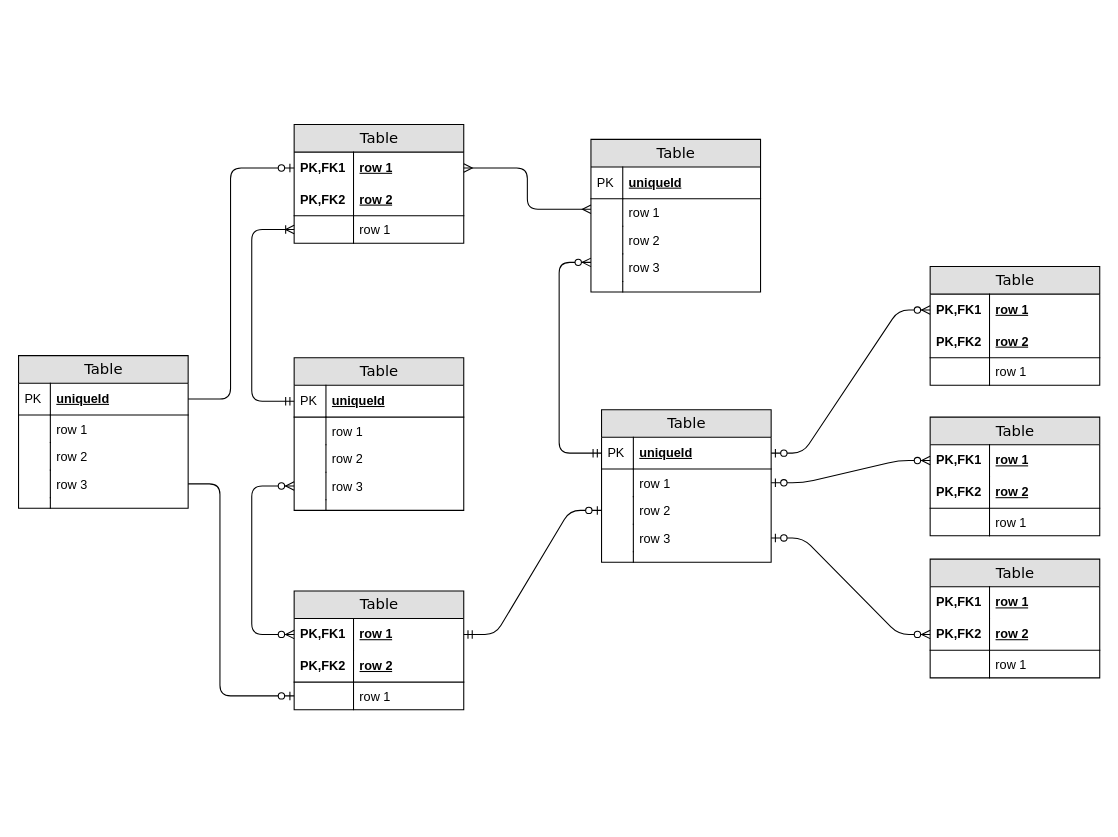
Earlier version of the draw.io diagram Untitled Diagram.drawio (mushyshah/Project-X). Source tidied: cells renumbered, new cells numbered last; positions are measured from the earlier drawing's top-left corner, leaving out a move shared by most shapes. Both pictures are drawn from the tidied source at 106%, with x=0, y=0 at pixel (18, 124).
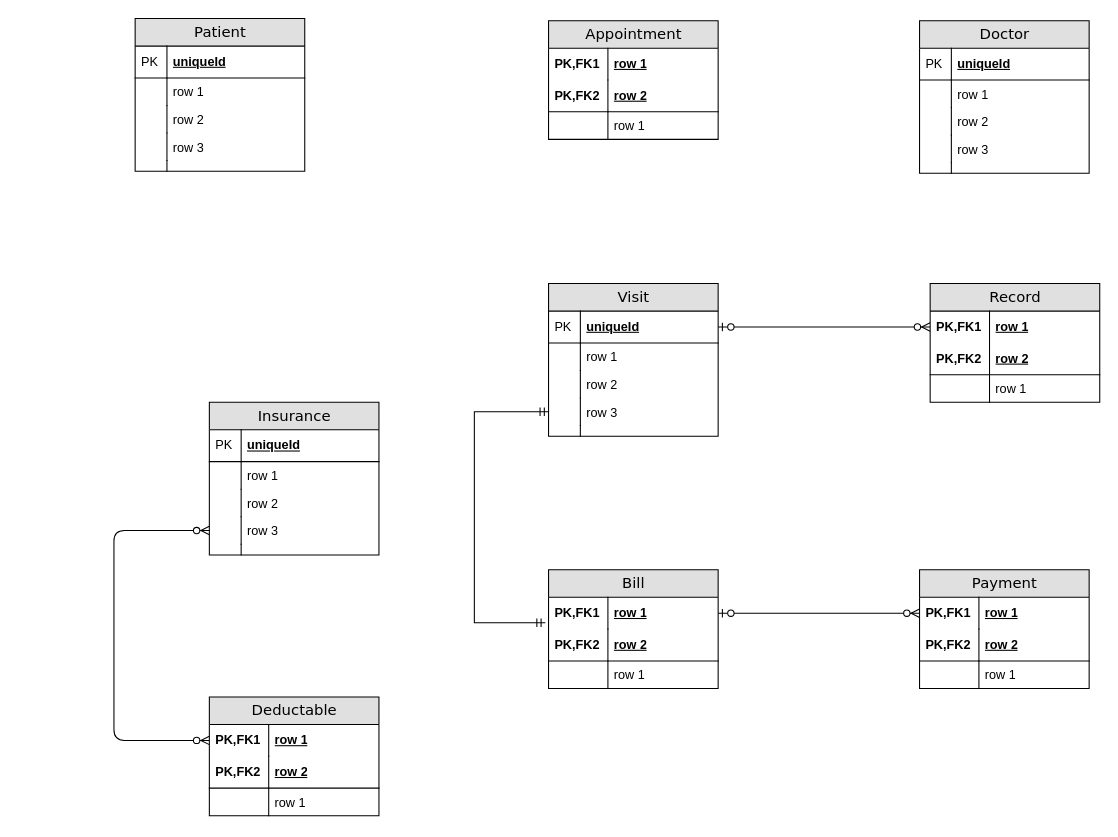
Above is the later version.

Unchanged cells that the change refers to:
```xml
<mxCell id="3" value="row 1" style="shape=partialRectangle;top=0;left=0;right=0;bottom=0;html=1;align=left;verticalAlign=middle;fillColor=none;spacingLeft=60;spacingRight=4;whiteSpace=wrap;overflow=hidden;points=[[0,0.5],[1,0.5]];portConstraint=eastwest;fontStyle=5;" parent="2" vertex="1">
  <mxGeometry y="26" width="160" height="30" as="geometry" />
</mxCell>
<mxCell id="7" value="row 1" style="shape=partialRectangle;top=0;left=0;right=0;bottom=0;html=1;align=left;verticalAlign=top;fillColor=none;spacingLeft=60;spacingRight=4;whiteSpace=wrap;overflow=hidden;points=[[0,0.5],[1,0.5]];portConstraint=eastwest;" parent="2" vertex="1">
  <mxGeometry y="86" width="160" height="26" as="geometry" />
</mxCell>
<mxCell id="12" value="row 1" style="shape=partialRectangle;top=0;left=0;right=0;bottom=0;html=1;align=left;verticalAlign=top;fillColor=none;spacingLeft=34;spacingRight=4;whiteSpace=wrap;overflow=hidden;points=[[0,0.5],[1,0.5]];portConstraint=eastwest;" parent="9" vertex="1">
  <mxGeometry y="56" width="160" height="26" as="geometry" />
</mxCell>
<mxCell id="16" value="row 3" style="shape=partialRectangle;top=0;left=0;right=0;bottom=0;html=1;align=left;verticalAlign=top;fillColor=none;spacingLeft=34;spacingRight=4;whiteSpace=wrap;overflow=hidden;points=[[0,0.5],[1,0.5]];portConstraint=eastwest;" parent="9" vertex="1">
  <mxGeometry y="108" width="160" height="26" as="geometry" />
</mxCell>
<mxCell id="21" value="uniqueId" style="shape=partialRectangle;top=0;left=0;right=0;bottom=1;html=1;align=left;verticalAlign=middle;fillColor=none;spacingLeft=34;spacingRight=4;whiteSpace=wrap;overflow=hidden;points=[[0,0.5],[1,0.5]];portConstraint=eastwest;fontStyle=5;" parent="20" vertex="1">
  <mxGeometry y="26" width="160" height="30" as="geometry" />
</mxCell>
<mxCell id="27" value="row 3" style="shape=partialRectangle;top=0;left=0;right=0;bottom=0;html=1;align=left;verticalAlign=top;fillColor=none;spacingLeft=34;spacingRight=4;whiteSpace=wrap;overflow=hidden;points=[[0,0.5],[1,0.5]];portConstraint=eastwest;" parent="20" vertex="1">
  <mxGeometry y="108" width="160" height="26" as="geometry" />
</mxCell>
<mxCell id="32" value="uniqueId" style="shape=partialRectangle;top=0;left=0;right=0;bottom=1;html=1;align=left;verticalAlign=middle;fillColor=none;spacingLeft=34;spacingRight=4;whiteSpace=wrap;overflow=hidden;points=[[0,0.5],[1,0.5]];portConstraint=eastwest;fontStyle=5;" parent="31" vertex="1">
  <mxGeometry y="26" width="160" height="30" as="geometry" />
</mxCell>
<mxCell id="34" value="row 1" style="shape=partialRectangle;top=0;left=0;right=0;bottom=0;html=1;align=left;verticalAlign=top;fillColor=none;spacingLeft=34;spacingRight=4;whiteSpace=wrap;overflow=hidden;points=[[0,0.5],[1,0.5]];portConstraint=eastwest;" parent="31" vertex="1">
  <mxGeometry y="56" width="160" height="26" as="geometry" />
</mxCell>
<mxCell id="36" value="row 2" style="shape=partialRectangle;top=0;left=0;right=0;bottom=0;html=1;align=left;verticalAlign=top;fillColor=none;spacingLeft=34;spacingRight=4;whiteSpace=wrap;overflow=hidden;points=[[0,0.5],[1,0.5]];portConstraint=eastwest;" parent="31" vertex="1">
  <mxGeometry y="82" width="160" height="26" as="geometry" />
</mxCell>
<mxCell id="38" value="row 3" style="shape=partialRectangle;top=0;left=0;right=0;bottom=0;html=1;align=left;verticalAlign=top;fillColor=none;spacingLeft=34;spacingRight=4;whiteSpace=wrap;overflow=hidden;points=[[0,0.5],[1,0.5]];portConstraint=eastwest;" parent="31" vertex="1">
  <mxGeometry y="108" width="160" height="26" as="geometry" />
</mxCell>
<mxCell id="50" value="row 1" style="shape=partialRectangle;top=0;left=0;right=0;bottom=0;html=1;align=left;verticalAlign=middle;fillColor=none;spacingLeft=60;spacingRight=4;whiteSpace=wrap;overflow=hidden;points=[[0,0.5],[1,0.5]];portConstraint=eastwest;fontStyle=5;" parent="49" vertex="1">
  <mxGeometry y="26" width="160" height="30" as="geometry" />
</mxCell>
<mxCell id="54" value="row 1" style="shape=partialRectangle;top=0;left=0;right=0;bottom=0;html=1;align=left;verticalAlign=top;fillColor=none;spacingLeft=60;spacingRight=4;whiteSpace=wrap;overflow=hidden;points=[[0,0.5],[1,0.5]];portConstraint=eastwest;" parent="49" vertex="1">
  <mxGeometry y="86" width="160" height="26" as="geometry" />
</mxCell>
<mxCell id="63" value="row 1" style="shape=partialRectangle;top=0;left=0;right=0;bottom=0;html=1;align=left;verticalAlign=middle;fillColor=none;spacingLeft=60;spacingRight=4;whiteSpace=wrap;overflow=hidden;points=[[0,0.5],[1,0.5]];portConstraint=eastwest;fontStyle=5;" parent="62" vertex="1">
  <mxGeometry y="26" width="160" height="30" as="geometry" />
</mxCell>
<mxCell id="70" value="row 1" style="shape=partialRectangle;top=0;left=0;right=0;bottom=0;html=1;align=left;verticalAlign=middle;fillColor=none;spacingLeft=60;spacingRight=4;whiteSpace=wrap;overflow=hidden;points=[[0,0.5],[1,0.5]];portConstraint=eastwest;fontStyle=5;" parent="69" vertex="1">
  <mxGeometry y="26" width="160" height="30" as="geometry" />
</mxCell>
<mxCell id="72" value="row 2" style="shape=partialRectangle;top=0;left=0;right=0;bottom=1;html=1;align=left;verticalAlign=middle;fillColor=none;spacingLeft=60;spacingRight=4;whiteSpace=wrap;overflow=hidden;points=[[0,0.5],[1,0.5]];portConstraint=eastwest;fontStyle=5;" parent="69" vertex="1">
  <mxGeometry y="56" width="160" height="30" as="geometry" />
</mxCell>
<mxCell id="79" value="uniqueId" style="shape=partialRectangle;top=0;left=0;right=0;bottom=1;html=1;align=left;verticalAlign=middle;fillColor=none;spacingLeft=34;spacingRight=4;whiteSpace=wrap;overflow=hidden;points=[[0,0.5],[1,0.5]];portConstraint=eastwest;fontStyle=5;" parent="78" vertex="1">
  <mxGeometry y="26" width="160" height="30" as="geometry" />
</mxCell>
<mxCell id="85" value="row 3" style="shape=partialRectangle;top=0;left=0;right=0;bottom=0;html=1;align=left;verticalAlign=top;fillColor=none;spacingLeft=34;spacingRight=4;whiteSpace=wrap;overflow=hidden;points=[[0,0.5],[1,0.5]];portConstraint=eastwest;" parent="78" vertex="1">
  <mxGeometry y="108" width="160" height="26" as="geometry" />
</mxCell>
```

What changed in the source:
```diff
@@
+    <mxCell id="91" style="edgeStyle=orthogonalEdgeStyle;fontSize=12;html=1;endArrow=ERmandOne;startArrow=ERmandOne;rounded=0;entryX=0;entryY=0.5;entryDx=0;entryDy=0;exitX=-0.019;exitY=0.8;exitDx=0;exitDy=0;exitPerimeter=0;" parent="1" edge="1" source="70" target="38">
+      <mxGeometry relative="1" as="geometry">
+        <Array as="points">
+          <mxPoint x="430" y="470" />
+          <mxPoint x="430" y="271" />
+        </Array>
+      </mxGeometry>
+    </mxCell>
-    <mxCell id="2" value="Table" style="swimlane;html=1;fontStyle=0;horizontal=1;startSize=26;fillColor=#e0e0e0;swimlaneFillColor=#ffffff;align=center;rounded=0;shadow=0;comic=0;labelBackgroundColor=none;strokeWidth=1;fontFamily=Verdana;fontSize=14;" parent="1" vertex="1">
-      <mxGeometry x="260" width="160" height="112" as="geometry" />
+    <mxCell id="2" value="Appointment" style="swimlane;html=1;fontStyle=0;horizontal=1;startSize=26;fillColor=#e0e0e0;swimlaneFillColor=#ffffff;align=center;rounded=0;shadow=0;comic=0;labelBackgroundColor=none;strokeWidth=1;fontFamily=Verdana;fontSize=14;" parent="1" vertex="1">
+      <mxGeometry x="500" y="-98" width="160" height="112" as="geometry" />
     </mxCell>
@@
-    <mxCell id="9" value="Table" style="swimlane;html=1;fontStyle=0;horizontal=1;startSize=26;fillColor=#e0e0e0;swimlaneFillColor=#ffffff;align=center;rounded=0;shadow=0;comic=0;labelBackgroundColor=none;strokeWidth=1;fontFamily=Verdana;fontSize=14;swimlaneLine=1;" parent="1" vertex="1">
-      <mxGeometry x="540" y="14" width="160" height="144" as="geometry" />
+    <mxCell id="9" value="Doctor" style="swimlane;html=1;fontStyle=0;horizontal=1;startSize=26;fillColor=#e0e0e0;swimlaneFillColor=#ffffff;align=center;rounded=0;shadow=0;comic=0;labelBackgroundColor=none;strokeWidth=1;fontFamily=Verdana;fontSize=14;swimlaneLine=1;" parent="1" vertex="1">
+      <mxGeometry x="850" y="-98" width="160" height="144" as="geometry" />
     </mxCell>
@@
-    <mxCell id="20" value="Table" style="swimlane;html=1;fontStyle=0;horizontal=1;startSize=26;fillColor=#e0e0e0;swimlaneFillColor=#ffffff;align=center;rounded=0;shadow=0;comic=0;labelBackgroundColor=none;strokeWidth=1;fontFamily=Verdana;fontSize=14;" parent="1" vertex="1">
-      <mxGeometry x="260" y="220" width="160" height="144" as="geometry" />
+    <mxCell id="20" value="Insurance" style="swimlane;html=1;fontStyle=0;horizontal=1;startSize=26;fillColor=#e0e0e0;swimlaneFillColor=#ffffff;align=center;rounded=0;shadow=0;comic=0;labelBackgroundColor=none;strokeWidth=1;fontFamily=Verdana;fontSize=14;" parent="1" vertex="1">
+      <mxGeometry x="180" y="262" width="160" height="144" as="geometry" />
     </mxCell>
@@
-    <mxCell id="31" value="Table" style="swimlane;html=1;fontStyle=0;horizontal=1;startSize=26;fillColor=#e0e0e0;swimlaneFillColor=#ffffff;align=center;rounded=0;shadow=0;comic=0;labelBackgroundColor=none;strokeWidth=1;fontFamily=Verdana;fontSize=14;" parent="1" vertex="1">
-      <mxGeometry x="550" y="269" width="160" height="144" as="geometry" />
+    <mxCell id="31" value="Visit" style="swimlane;html=1;fontStyle=0;horizontal=1;startSize=26;fillColor=#e0e0e0;swimlaneFillColor=#ffffff;align=center;rounded=0;shadow=0;comic=0;labelBackgroundColor=none;strokeWidth=1;fontFamily=Verdana;fontSize=14;" parent="1" vertex="1">
+      <mxGeometry x="500" y="150" width="160" height="144" as="geometry" />
     </mxCell>
@@
-    <mxCell id="42" value="Table" style="swimlane;html=1;fontStyle=0;horizontal=1;startSize=26;fillColor=#e0e0e0;swimlaneFillColor=#ffffff;align=center;rounded=0;shadow=0;comic=0;labelBackgroundColor=none;strokeWidth=1;fontFamily=Verdana;fontSize=14;" parent="1" vertex="1">
-      <mxGeometry x="860" y="134" width="160" height="112" as="geometry" />
+    <mxCell id="42" value="Record" style="swimlane;html=1;fontStyle=0;horizontal=1;startSize=26;fillColor=#e0e0e0;swimlaneFillColor=#ffffff;align=center;rounded=0;shadow=0;comic=0;labelBackgroundColor=none;strokeWidth=1;fontFamily=Verdana;fontSize=14;" parent="1" vertex="1">
+      <mxGeometry x="860" y="150" width="160" height="112" as="geometry" />
     </mxCell>
@@
-    <mxCell id="49" value="Table" style="swimlane;html=1;fontStyle=0;horizontal=1;startSize=26;fillColor=#e0e0e0;swimlaneFillColor=#ffffff;align=center;rounded=0;shadow=0;comic=0;labelBackgroundColor=none;strokeWidth=1;fontFamily=Verdana;fontSize=14;" parent="1" vertex="1">
-      <mxGeometry x="260" y="440" width="160" height="112" as="geometry" />
+    <mxCell id="49" value="Deductable" style="swimlane;html=1;fontStyle=0;horizontal=1;startSize=26;fillColor=#e0e0e0;swimlaneFillColor=#ffffff;align=center;rounded=0;shadow=0;comic=0;labelBackgroundColor=none;strokeWidth=1;fontFamily=Verdana;fontSize=14;" parent="1" vertex="1">
+      <mxGeometry x="180" y="540" width="160" height="112" as="geometry" />
     </mxCell>
@@
-    <mxCell id="56" style="edgeStyle=orthogonalEdgeStyle;html=1;endArrow=ERoneToMany;startArrow=ERmandOne;labelBackgroundColor=none;fontFamily=Verdana;fontSize=14;entryX=0;entryY=0.5;exitX=0;exitY=0.5;" parent="1" edge="1" source="21" target="7">
-      <mxGeometry relative="1" as="geometry">
-        <Array as="points">
-          <mxPoint x="220" y="261" />
-          <mxPoint x="220" y="99" />
-        </Array>
-      </mxGeometry>
-    </mxCell>
     <mxCell id="57" style="edgeStyle=orthogonalEdgeStyle;html=1;endArrow=ERzeroToMany;endFill=1;startArrow=ERzeroToMany;labelBackgroundColor=none;fontFamily=Verdana;fontSize=14;entryX=0;entryY=0.5;exitX=0;exitY=0.5;" parent="1" edge="1" source="50" target="27">
       <mxGeometry relative="1" as="geometry">
         <Array as="points">
-          <mxPoint x="220" y="481" />
-          <mxPoint x="220" y="341" />
+          <mxPoint x="90" y="581" />
+          <mxPoint x="90" y="383" />
         </Array>
       </mxGeometry>
     </mxCell>
-    <mxCell id="58" style="edgeStyle=orthogonalEdgeStyle;html=1;endArrow=ERmany;startArrow=ERmany;labelBackgroundColor=none;fontFamily=Verdana;fontSize=14;entryX=1;entryY=0.5;exitX=0;exitY=0.383;exitPerimeter=0;" parent="1" edge="1" source="12" target="3">
-      <mxGeometry relative="1" as="geometry">
-        <Array as="points">
-          <mxPoint x="480" y="80" />
-          <mxPoint x="480" y="41" />
-        </Array>
-      </mxGeometry>
-    </mxCell>
-    <mxCell id="59" style="edgeStyle=orthogonalEdgeStyle;html=1;endArrow=ERzeroToMany;startArrow=ERmandOne;labelBackgroundColor=none;fontFamily=Verdana;fontSize=14;entryX=0;entryY=0.308;entryPerimeter=0;exitX=0;exitY=0.5;" parent="1" edge="1" source="32" target="16">
-      <mxGeometry relative="1" as="geometry">
-        <Array as="points">
-          <mxPoint x="510" y="310" />
-          <mxPoint x="510" y="130" />
-        </Array>
-      </mxGeometry>
-    </mxCell>
-    <mxCell id="60" style="edgeStyle=entityRelationEdgeStyle;html=1;endArrow=ERzeroToOne;startArrow=ERmandOne;labelBackgroundColor=none;fontFamily=Verdana;fontSize=14;exitX=1;exitY=0.5;entryX=0;entryY=0.5;" parent="1" edge="1" source="50" target="36">
-      <mxGeometry relative="1" as="geometry" />
-    </mxCell>
@@
-    <mxCell id="62" value="Table" style="swimlane;html=1;fontStyle=0;horizontal=1;startSize=26;fillColor=#e0e0e0;swimlaneFillColor=#ffffff;align=center;rounded=0;shadow=0;comic=0;labelBackgroundColor=none;strokeWidth=1;fontFamily=Verdana;fontSize=14;" parent="1" vertex="1">
-      <mxGeometry x="860" y="276" width="160" height="112" as="geometry" />
+    <mxCell id="62" value="Payment" style="swimlane;html=1;fontStyle=0;horizontal=1;startSize=26;fillColor=#e0e0e0;swimlaneFillColor=#ffffff;align=center;rounded=0;shadow=0;comic=0;labelBackgroundColor=none;strokeWidth=1;fontFamily=Verdana;fontSize=14;" parent="1" vertex="1">
+      <mxGeometry x="850" y="420" width="160" height="112" as="geometry" />
     </mxCell>
@@
-    <mxCell id="69" value="Table" style="swimlane;html=1;fontStyle=0;horizontal=1;startSize=26;fillColor=#e0e0e0;swimlaneFillColor=#ffffff;align=center;rounded=0;shadow=0;comic=0;labelBackgroundColor=none;strokeWidth=1;fontFamily=Verdana;fontSize=14;" parent="1" vertex="1">
-      <mxGeometry x="860" y="410" width="160" height="112" as="geometry" />
+    <mxCell id="69" value="Bill" style="swimlane;html=1;fontStyle=0;horizontal=1;startSize=26;fillColor=#e0e0e0;swimlaneFillColor=#ffffff;align=center;rounded=0;shadow=0;comic=0;labelBackgroundColor=none;strokeWidth=1;fontFamily=Verdana;fontSize=14;" parent="1" vertex="1">
+      <mxGeometry x="500" y="420" width="160" height="112" as="geometry" />
     </mxCell>
@@
-    <mxCell id="76" style="edgeStyle=entityRelationEdgeStyle;html=1;endArrow=ERzeroToMany;startArrow=ERzeroToOne;labelBackgroundColor=none;fontFamily=Verdana;fontSize=14;entryX=0;entryY=0.5;exitX=1;exitY=0.5;" parent="1" edge="1" source="34" target="63">
+    <mxCell id="76" style="edgeStyle=entityRelationEdgeStyle;html=1;endArrow=ERzeroToMany;startArrow=ERzeroToOne;labelBackgroundColor=none;fontFamily=Verdana;fontSize=14;entryX=0;entryY=0.5;exitX=1;exitY=0.5;exitDx=0;exitDy=0;" parent="1" edge="1" source="70" target="63">
       <mxGeometry relative="1" as="geometry" />
     </mxCell>
-    <mxCell id="77" style="edgeStyle=entityRelationEdgeStyle;html=1;endArrow=ERzeroToMany;startArrow=ERzeroToOne;labelBackgroundColor=none;fontFamily=Verdana;fontSize=14;entryX=0;entryY=0.5;exitX=1;exitY=0.5;" parent="1" edge="1" source="38" target="72">
-      <mxGeometry relative="1" as="geometry" />
-    </mxCell>
-    <mxCell id="78" value="Table" style="swimlane;html=1;fontStyle=0;horizontal=1;startSize=26;fillColor=#e0e0e0;swimlaneFillColor=#ffffff;align=center;rounded=0;shadow=0;comic=0;labelBackgroundColor=none;strokeWidth=1;fontFamily=Verdana;fontSize=14;" parent="1" vertex="1">
-      <mxGeometry y="218" width="160" height="144" as="geometry" />
+    <mxCell id="78" value="Patient" style="swimlane;html=1;fontStyle=0;horizontal=1;startSize=26;fillColor=#e0e0e0;swimlaneFillColor=#ffffff;align=center;rounded=0;shadow=0;comic=0;labelBackgroundColor=none;strokeWidth=1;fontFamily=Verdana;fontSize=14;" parent="1" vertex="1">
+      <mxGeometry x="110" y="-100" width="160" height="144" as="geometry" />
     </mxCell>
@@
-    <mxCell id="89" style="edgeStyle=orthogonalEdgeStyle;html=1;endArrow=ERzeroToOne;endFill=1;labelBackgroundColor=none;fontFamily=Verdana;fontSize=14;entryX=0;entryY=0.5;exitX=1;exitY=0.5;" parent="1" edge="1" source="79" target="3">
-      <mxGeometry relative="1" as="geometry">
-        <Array as="points">
-          <mxPoint x="200" y="259" />
-          <mxPoint x="200" y="41" />
-        </Array>
-      </mxGeometry>
-    </mxCell>
-    <mxCell id="90" style="edgeStyle=orthogonalEdgeStyle;html=1;endArrow=ERzeroToOne;endFill=1;labelBackgroundColor=none;fontFamily=Verdana;fontSize=14;entryX=0;entryY=0.5;exitX=1;exitY=0.5;" parent="1" edge="1" source="85" target="54">
-      <mxGeometry relative="1" as="geometry">
-        <Array as="points">
-          <mxPoint x="190" y="339" />
-          <mxPoint x="190" y="539" />
-        </Array>
-      </mxGeometry>
-    </mxCell>
```
